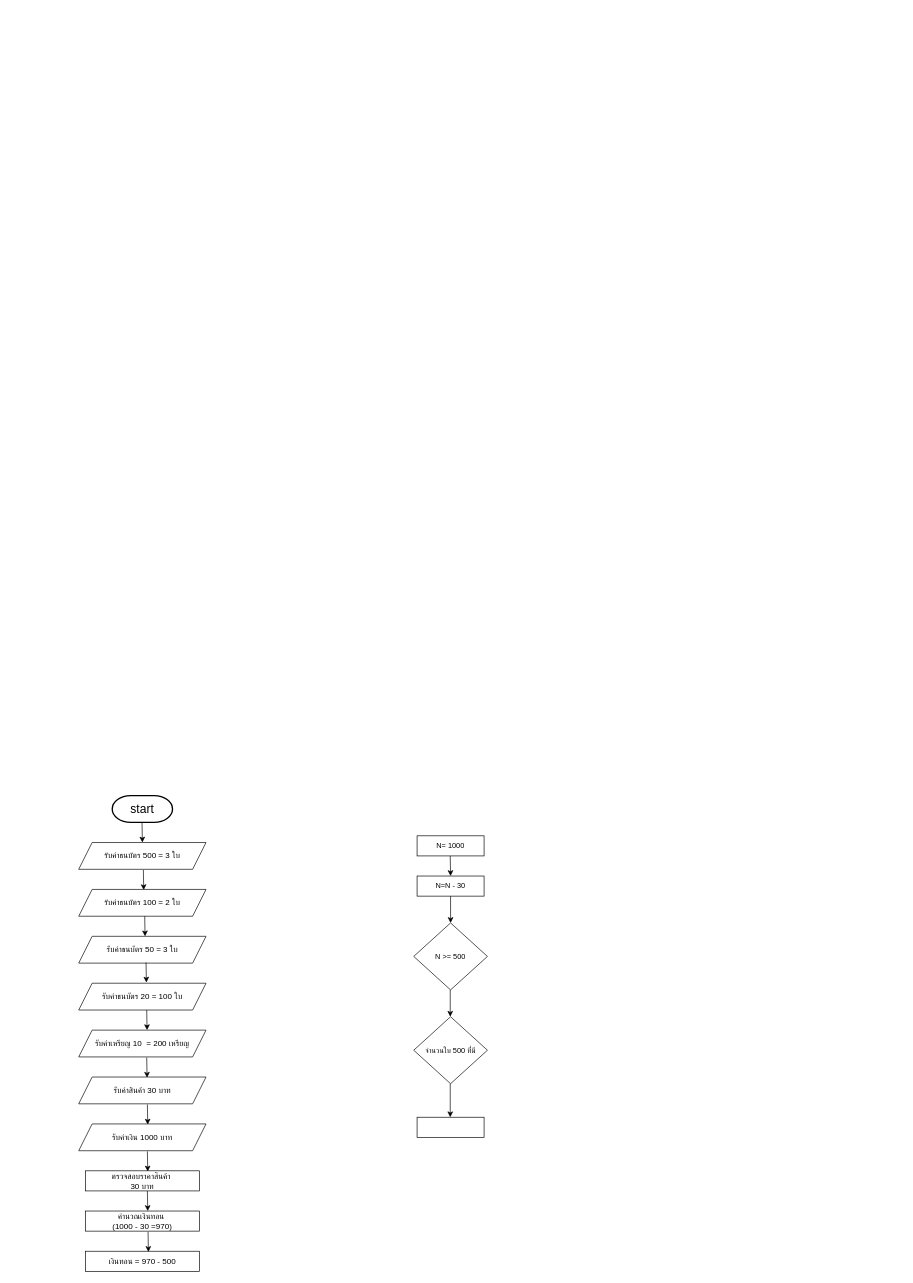
Above: page "หน้า-1" (1 of 2) of แบบแผนที่ยังไม่ได้ตั้งชื่อ.drawio in HemunPrawang/C_work (draw.io), before the change. Source tidied: cells renumbered, new cells numbered last; positions are measured from the earlier drawing's top-left corner, leaving out a move shared by most shapes. Both pictures are drawn from the tidied source at 67%, with x=0, y=0 at pixel (78, 795).
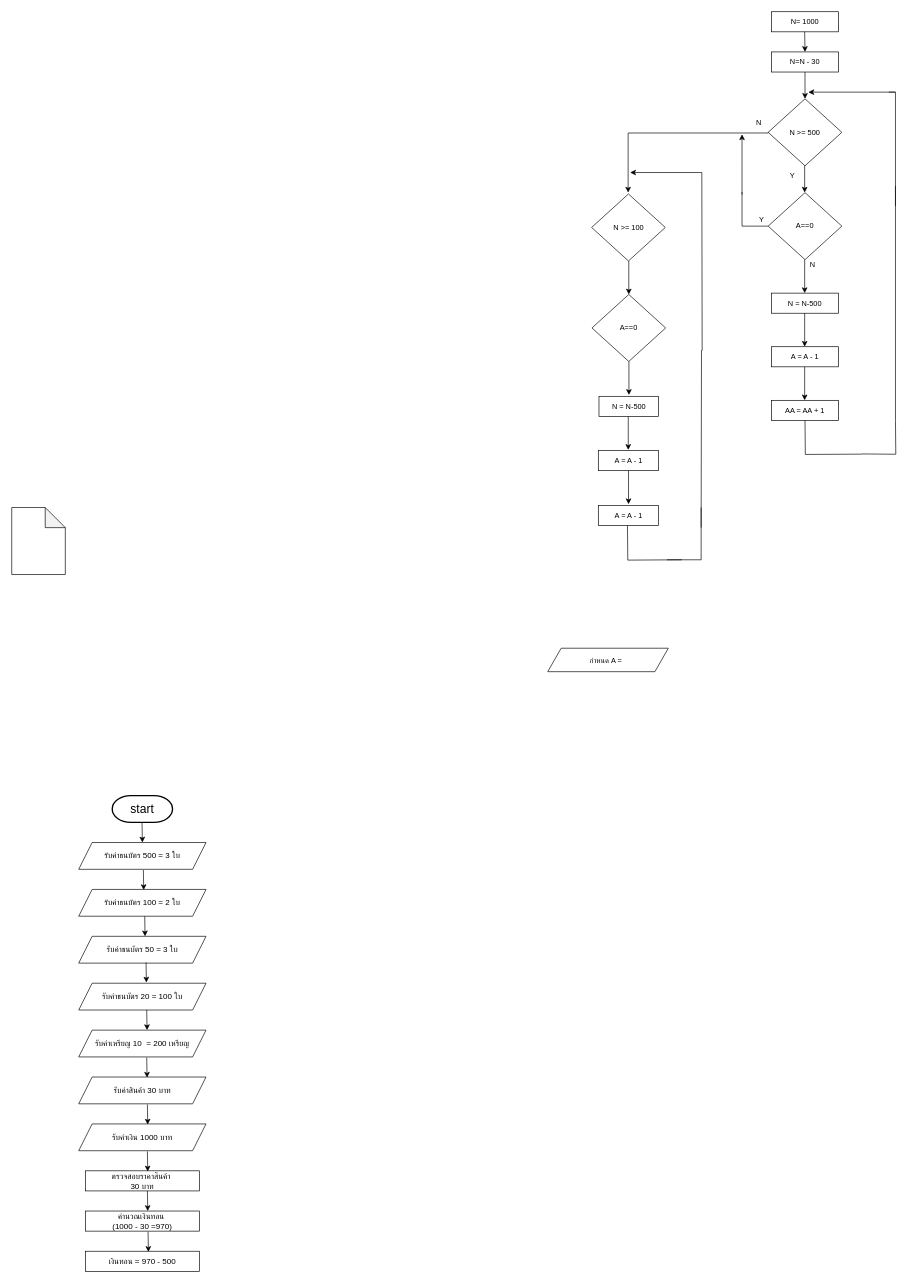
After the change.

Diff of the diagram source:
```diff
@@
     <mxCell id="23" value="N &amp;gt;= 500" style="rhombus;whiteSpace=wrap;html=1;fontFamily=Helvetica;fontSize=11;fontColor=default;labelBackgroundColor=default;" parent="1" vertex="1">
-      <mxGeometry x="500" y="190" width="110" height="100" as="geometry" />
+      <mxGeometry x="1029" y="-1040" width="110" height="100" as="geometry" />
     </mxCell>
     <mxCell id="24" value="N=N - 30" style="rounded=0;whiteSpace=wrap;html=1;fontFamily=Helvetica;fontSize=11;fontColor=default;labelBackgroundColor=default;" parent="1" vertex="1">
-      <mxGeometry x="505" y="120" width="100" height="30" as="geometry" />
+      <mxGeometry x="1034" y="-1110" width="100" height="30" as="geometry" />
     </mxCell>
@@
     <mxCell id="26" value="N= 1000" style="rounded=0;whiteSpace=wrap;html=1;fontFamily=Helvetica;fontSize=11;fontColor=default;labelBackgroundColor=default;" parent="1" vertex="1">
-      <mxGeometry x="505" y="60" width="100" height="30" as="geometry" />
+      <mxGeometry x="1034" y="-1170" width="100" height="30" as="geometry" />
     </mxCell>
     <mxCell id="27" style="endArrow=classic;html=1;rounded=0;strokeColor=default;align=center;verticalAlign=middle;fontFamily=Helvetica;fontSize=11;fontColor=default;labelBackgroundColor=default;edgeStyle=orthogonalEdgeStyle;entryX=0.5;entryY=0;entryDx=0;entryDy=0;" parent="1" edge="1" target="24">
       <mxGeometry relative="1" as="geometry">
-        <mxPoint x="554.5" y="90" as="sourcePoint" />
+        <mxPoint x="1083.5" y="-1140" as="sourcePoint" />
       </mxGeometry>
     </mxCell>
     <mxCell id="28" style="endArrow=classic;html=1;rounded=0;strokeColor=default;align=center;verticalAlign=middle;fontFamily=Helvetica;fontSize=11;fontColor=default;labelBackgroundColor=default;edgeStyle=orthogonalEdgeStyle;exitX=0.5;exitY=1;exitDx=0;exitDy=0;" parent="1" edge="1">
       <mxGeometry relative="1" as="geometry">
-        <mxPoint x="554.5" y="290" as="sourcePoint" />
-        <mxPoint x="554.5" y="330" as="targetPoint" />
+        <mxPoint x="1083.5" y="-940" as="sourcePoint" />
+        <mxPoint x="1083.5" y="-900" as="targetPoint" />
       </mxGeometry>
     </mxCell>
-    <mxCell id="29" value="จำนวนใบ 500 ที่่มี" style="rhombus;whiteSpace=wrap;html=1;fontFamily=Helvetica;fontSize=11;fontColor=default;labelBackgroundColor=default;" parent="1" vertex="1">
-      <mxGeometry x="500" y="330" width="110" height="100" as="geometry" />
+    <mxCell id="29" value="A==0" style="rhombus;whiteSpace=wrap;html=1;fontFamily=Helvetica;fontSize=11;fontColor=default;labelBackgroundColor=default;" parent="1" vertex="1">
+      <mxGeometry x="1029" y="-900" width="110" height="100" as="geometry" />
     </mxCell>
     <mxCell id="30" style="endArrow=classic;html=1;rounded=0;strokeColor=default;align=center;verticalAlign=middle;fontFamily=Helvetica;fontSize=11;fontColor=default;labelBackgroundColor=default;edgeStyle=orthogonalEdgeStyle;" parent="1" edge="1">
       <mxGeometry relative="1" as="geometry">
-        <mxPoint x="554.5" y="430" as="sourcePoint" />
-        <mxPoint x="554.5" y="480" as="targetPoint" />
+        <mxPoint x="1083.5" y="-800" as="sourcePoint" />
+        <mxPoint x="1083.5" y="-750" as="targetPoint" />
       </mxGeometry>
     </mxCell>
-    <mxCell id="31" style="rounded=0;whiteSpace=wrap;html=1;fontFamily=Helvetica;fontSize=11;fontColor=default;labelBackgroundColor=default;" parent="1" vertex="1">
-      <mxGeometry x="505" y="480" width="100" height="30" as="geometry" />
+    <mxCell id="31" value="N = N-500" style="rounded=0;whiteSpace=wrap;html=1;fontFamily=Helvetica;fontSize=11;fontColor=default;labelBackgroundColor=default;" parent="1" vertex="1">
+      <mxGeometry x="1034" y="-750" width="100" height="30" as="geometry" />
     </mxCell>
+    <mxCell id="32" style="endArrow=classic;html=1;rounded=0;strokeColor=default;align=center;verticalAlign=middle;fontFamily=Helvetica;fontSize=11;fontColor=default;labelBackgroundColor=default;edgeStyle=orthogonalEdgeStyle;" parent="1" edge="1">
+      <mxGeometry relative="1" as="geometry">
+        <mxPoint x="1029" y="-990" as="sourcePoint" />
+        <mxPoint x="820" y="-900" as="targetPoint" />
+        <Array as="points">
+          <mxPoint x="1029" y="-989" />
+          <mxPoint x="820" y="-989" />
+        </Array>
+      </mxGeometry>
+    </mxCell>
+    <mxCell id="33" style="endArrow=classic;html=1;rounded=0;strokeColor=default;align=center;verticalAlign=middle;fontFamily=Helvetica;fontSize=11;fontColor=default;labelBackgroundColor=default;edgeStyle=orthogonalEdgeStyle;" parent="1" edge="1">
+      <mxGeometry relative="1" as="geometry">
+        <mxPoint x="1083.5" y="-720" as="sourcePoint" />
+        <mxPoint x="1083.5" y="-670" as="targetPoint" />
+      </mxGeometry>
+    </mxCell>
+    <mxCell id="34" value="A = A - 1" style="rounded=0;whiteSpace=wrap;html=1;fontFamily=Helvetica;fontSize=11;fontColor=default;labelBackgroundColor=default;" parent="1" vertex="1">
+      <mxGeometry x="1034" y="-670" width="100" height="30" as="geometry" />
+    </mxCell>
+    <mxCell id="35" style="endArrow=classic;html=1;rounded=0;strokeColor=default;align=center;verticalAlign=middle;fontFamily=Helvetica;fontSize=11;fontColor=default;labelBackgroundColor=default;edgeStyle=orthogonalEdgeStyle;" parent="1" edge="1">
+      <mxGeometry relative="1" as="geometry">
+        <mxPoint x="1083.5" y="-640" as="sourcePoint" />
+        <mxPoint x="1083.5" y="-590" as="targetPoint" />
+      </mxGeometry>
+    </mxCell>
+    <mxCell id="36" value="AA = AA + 1" style="rounded=0;whiteSpace=wrap;html=1;fontFamily=Helvetica;fontSize=11;fontColor=default;labelBackgroundColor=default;" parent="1" vertex="1">
+      <mxGeometry x="1034" y="-590" width="100" height="30" as="geometry" />
+    </mxCell>
+    <mxCell id="37" style="endArrow=none;html=1;rounded=0;strokeColor=default;align=center;verticalAlign=middle;fontFamily=Helvetica;fontSize=11;fontColor=default;labelBackgroundColor=default;edgeStyle=orthogonalEdgeStyle;" parent="1" edge="1">
+      <mxGeometry relative="1" as="geometry">
+        <mxPoint x="1169" y="-509.7" as="sourcePoint" />
+        <mxPoint x="1084" y="-560" as="targetPoint" />
+      </mxGeometry>
+    </mxCell>
+    <mxCell id="38" style="endArrow=none;html=1;rounded=0;strokeColor=default;align=center;verticalAlign=middle;fontFamily=Helvetica;fontSize=11;fontColor=default;labelBackgroundColor=default;edgeStyle=orthogonalEdgeStyle;" parent="1" edge="1">
+      <mxGeometry relative="1" as="geometry">
+        <mxPoint x="1169" y="-510" as="sourcePoint" />
+        <mxPoint x="1219" y="-560" as="targetPoint" />
+      </mxGeometry>
+    </mxCell>
+    <mxCell id="39" style="endArrow=none;html=1;rounded=0;strokeColor=default;align=center;verticalAlign=middle;fontFamily=Helvetica;fontSize=11;fontColor=default;labelBackgroundColor=default;edgeStyle=orthogonalEdgeStyle;" parent="1" edge="1">
+      <mxGeometry relative="1" as="geometry">
+        <mxPoint x="1219" y="-560" as="sourcePoint" />
+        <mxPoint x="1219" y="-910" as="targetPoint" />
+      </mxGeometry>
+    </mxCell>
+    <mxCell id="40" style="endArrow=classic;html=1;rounded=0;strokeColor=default;align=center;verticalAlign=middle;fontFamily=Helvetica;fontSize=11;fontColor=default;labelBackgroundColor=default;edgeStyle=orthogonalEdgeStyle;" parent="1" edge="1">
+      <mxGeometry relative="1" as="geometry">
+        <mxPoint x="1209" y="-1050" as="sourcePoint" />
+        <mxPoint x="1089" y="-1050" as="targetPoint" />
+        <Array as="points">
+          <mxPoint x="1219" y="-1050" />
+        </Array>
+      </mxGeometry>
+    </mxCell>
+    <mxCell id="41" value="กำหนด A =&amp;nbsp;&amp;nbsp;" style="shape=parallelogram;perimeter=parallelogramPerimeter;whiteSpace=wrap;html=1;fixedSize=1;fontFamily=Helvetica;fontSize=11;fontColor=default;labelBackgroundColor=default;" parent="1" vertex="1">
+      <mxGeometry x="700" y="-220" width="180" height="35" as="geometry" />
+    </mxCell>
+    <mxCell id="42" style="shape=note;whiteSpace=wrap;html=1;backgroundOutline=1;darkOpacity=0.05;fontFamily=Helvetica;fontSize=11;fontColor=default;labelBackgroundColor=default;" parent="1" vertex="1">
+      <mxGeometry x="-100" y="-430" width="80" height="100" as="geometry" />
+    </mxCell>
+    <mxCell id="43" value="Y" style="text;html=1;align=center;verticalAlign=middle;strokeColor=none;fillColor=none;fontFamily=Helvetica;fontSize=11;fontColor=default;labelBackgroundColor=default;" parent="1" vertex="1">
+      <mxGeometry x="1050" y="-940" width="30" height="30" as="geometry" />
+    </mxCell>
+    <mxCell id="44" value="N" style="text;html=1;align=center;verticalAlign=middle;strokeColor=none;fillColor=none;fontFamily=Helvetica;fontSize=11;fontColor=default;labelBackgroundColor=default;" parent="1" vertex="1">
+      <mxGeometry x="1000" y="-1020" width="30" height="30" as="geometry" />
+    </mxCell>
+    <mxCell id="45" value="N &amp;gt;= 100" style="rhombus;whiteSpace=wrap;html=1;fontFamily=Helvetica;fontSize=11;fontColor=default;labelBackgroundColor=default;" parent="1" vertex="1">
+      <mxGeometry x="765.5" y="-898" width="110" height="100" as="geometry" />
+    </mxCell>
+    <mxCell id="46" style="endArrow=none;html=1;rounded=0;strokeColor=default;align=center;verticalAlign=middle;fontFamily=Helvetica;fontSize=11;fontColor=default;labelBackgroundColor=default;edgeStyle=orthogonalEdgeStyle;" parent="1" edge="1">
+      <mxGeometry relative="1" as="geometry">
+        <mxPoint x="1029" y="-850" as="sourcePoint" />
+        <mxPoint x="990" y="-901" as="targetPoint" />
+        <Array as="points">
+          <mxPoint x="990" y="-850" />
+          <mxPoint x="990" y="-901" />
+        </Array>
+      </mxGeometry>
+    </mxCell>
+    <mxCell id="47" style="endArrow=classic;html=1;rounded=0;strokeColor=default;align=center;verticalAlign=middle;fontFamily=Helvetica;fontSize=11;fontColor=default;labelBackgroundColor=default;edgeStyle=orthogonalEdgeStyle;" parent="1" edge="1">
+      <mxGeometry relative="1" as="geometry">
+        <mxPoint x="990" y="-897" as="sourcePoint" />
+        <mxPoint x="990" y="-987" as="targetPoint" />
+        <Array as="points">
+          <mxPoint x="990" y="-937" />
+          <mxPoint x="990" y="-937" />
+        </Array>
+      </mxGeometry>
+    </mxCell>
+    <mxCell id="48" value="N" style="text;html=1;align=center;verticalAlign=middle;strokeColor=none;fillColor=none;fontFamily=Helvetica;fontSize=11;fontColor=default;labelBackgroundColor=default;" parent="1" vertex="1">
+      <mxGeometry x="1080" y="-808" width="30" height="30" as="geometry" />
+    </mxCell>
+    <mxCell id="49" value="Y" style="text;html=1;align=center;verticalAlign=middle;strokeColor=none;fillColor=none;fontFamily=Helvetica;fontSize=11;fontColor=default;labelBackgroundColor=default;" parent="1" vertex="1">
+      <mxGeometry x="1004" y="-874" width="30" height="30" as="geometry" />
+    </mxCell>
+    <mxCell id="50" style="endArrow=classic;html=1;rounded=0;strokeColor=default;align=center;verticalAlign=middle;fontFamily=Helvetica;fontSize=11;fontColor=default;labelBackgroundColor=default;edgeStyle=orthogonalEdgeStyle;" parent="1" edge="1">
+      <mxGeometry relative="1" as="geometry">
+        <mxPoint x="821" y="-798" as="sourcePoint" />
+        <mxPoint x="821" y="-748" as="targetPoint" />
+      </mxGeometry>
+    </mxCell>
+    <mxCell id="51" value="N = N-500" style="rounded=0;whiteSpace=wrap;html=1;fontFamily=Helvetica;fontSize=11;fontColor=default;labelBackgroundColor=default;" parent="1" vertex="1">
+      <mxGeometry x="776.5" y="-596" width="89" height="30" as="geometry" />
+    </mxCell>
+    <mxCell id="52" value="A = A - 1" style="rounded=0;whiteSpace=wrap;html=1;fontFamily=Helvetica;fontSize=11;fontColor=default;labelBackgroundColor=default;" parent="1" vertex="1">
+      <mxGeometry x="775.5" y="-515" width="90" height="30" as="geometry" />
+    </mxCell>
+    <mxCell id="53" style="endArrow=classic;html=1;rounded=0;strokeColor=default;align=center;verticalAlign=middle;fontFamily=Helvetica;fontSize=11;fontColor=default;labelBackgroundColor=default;edgeStyle=orthogonalEdgeStyle;" parent="1" edge="1">
+      <mxGeometry relative="1" as="geometry">
+        <mxPoint x="820.2" y="-566" as="sourcePoint" />
+        <mxPoint x="820.2" y="-516" as="targetPoint" />
+      </mxGeometry>
+    </mxCell>
+    <mxCell id="54" value="A==0" style="rhombus;whiteSpace=wrap;html=1;fontFamily=Helvetica;fontSize=11;fontColor=default;labelBackgroundColor=default;" parent="1" vertex="1">
+      <mxGeometry x="766" y="-748" width="110" height="100" as="geometry" />
+    </mxCell>
+    <mxCell id="55" style="endArrow=classic;html=1;rounded=0;strokeColor=default;align=center;verticalAlign=middle;fontFamily=Helvetica;fontSize=11;fontColor=default;labelBackgroundColor=default;edgeStyle=orthogonalEdgeStyle;" parent="1" edge="1">
+      <mxGeometry relative="1" as="geometry">
+        <mxPoint x="821.2" y="-648" as="sourcePoint" />
+        <mxPoint x="821.2" y="-598" as="targetPoint" />
+      </mxGeometry>
+    </mxCell>
+    <mxCell id="56" style="endArrow=classic;html=1;rounded=0;strokeColor=default;align=center;verticalAlign=middle;fontFamily=Helvetica;fontSize=11;fontColor=default;labelBackgroundColor=default;edgeStyle=orthogonalEdgeStyle;" parent="1" edge="1">
+      <mxGeometry relative="1" as="geometry">
+        <mxPoint x="820.6" y="-485" as="sourcePoint" />
+        <mxPoint x="820.6" y="-435" as="targetPoint" />
+      </mxGeometry>
+    </mxCell>
+    <mxCell id="57" value="A = A - 1" style="rounded=0;whiteSpace=wrap;html=1;fontFamily=Helvetica;fontSize=11;fontColor=default;labelBackgroundColor=default;" parent="1" vertex="1">
+      <mxGeometry x="775.5" y="-433" width="90" height="30" as="geometry" />
+    </mxCell>
+    <mxCell id="58" style="endArrow=none;html=1;rounded=0;strokeColor=default;align=center;verticalAlign=middle;fontFamily=Helvetica;fontSize=11;fontColor=default;labelBackgroundColor=default;edgeStyle=orthogonalEdgeStyle;" parent="1" edge="1">
+      <mxGeometry relative="1" as="geometry">
+        <mxPoint x="878" y="-352" as="sourcePoint" />
+        <mxPoint x="929" y="-430" as="targetPoint" />
+        <Array as="points">
+          <mxPoint x="929" y="-352" />
+          <mxPoint x="929" y="-402" />
+        </Array>
+      </mxGeometry>
+    </mxCell>
+    <mxCell id="59" style="endArrow=none;html=1;rounded=0;strokeColor=default;align=center;verticalAlign=middle;fontFamily=Helvetica;fontSize=11;fontColor=default;labelBackgroundColor=default;edgeStyle=orthogonalEdgeStyle;" parent="1" edge="1">
+      <mxGeometry relative="1" as="geometry">
+        <mxPoint x="900" y="-352" as="sourcePoint" />
+        <mxPoint x="819" y="-403" as="targetPoint" />
+      </mxGeometry>
+    </mxCell>
+    <mxCell id="60" style="endArrow=none;html=1;rounded=0;strokeColor=default;align=center;verticalAlign=middle;fontFamily=Helvetica;fontSize=11;fontColor=default;labelBackgroundColor=default;edgeStyle=orthogonalEdgeStyle;" parent="1" edge="1">
+      <mxGeometry relative="1" as="geometry">
+        <mxPoint x="929" y="-400" as="sourcePoint" />
+        <mxPoint x="930" y="-930" as="targetPoint" />
+      </mxGeometry>
+    </mxCell>
+    <mxCell id="61" style="endArrow=classic;html=1;rounded=0;strokeColor=default;align=center;verticalAlign=middle;fontFamily=Helvetica;fontSize=11;fontColor=default;labelBackgroundColor=default;edgeStyle=orthogonalEdgeStyle;" parent="1" edge="1">
+      <mxGeometry relative="1" as="geometry">
+        <mxPoint x="930" y="-930" as="sourcePoint" />
+        <mxPoint x="823" y="-930" as="targetPoint" />
+      </mxGeometry>
+    </mxCell>
+    <mxCell id="62" style="endArrow=none;html=1;rounded=0;strokeColor=default;align=center;verticalAlign=middle;fontFamily=Helvetica;fontSize=11;fontColor=default;labelBackgroundColor=default;edgeStyle=orthogonalEdgeStyle;" parent="1" edge="1">
+      <mxGeometry relative="1" as="geometry">
+        <mxPoint x="1219" y="-880" as="sourcePoint" />
+        <mxPoint x="1219" y="-1050" as="targetPoint" />
+      </mxGeometry>
+    </mxCell>
```
